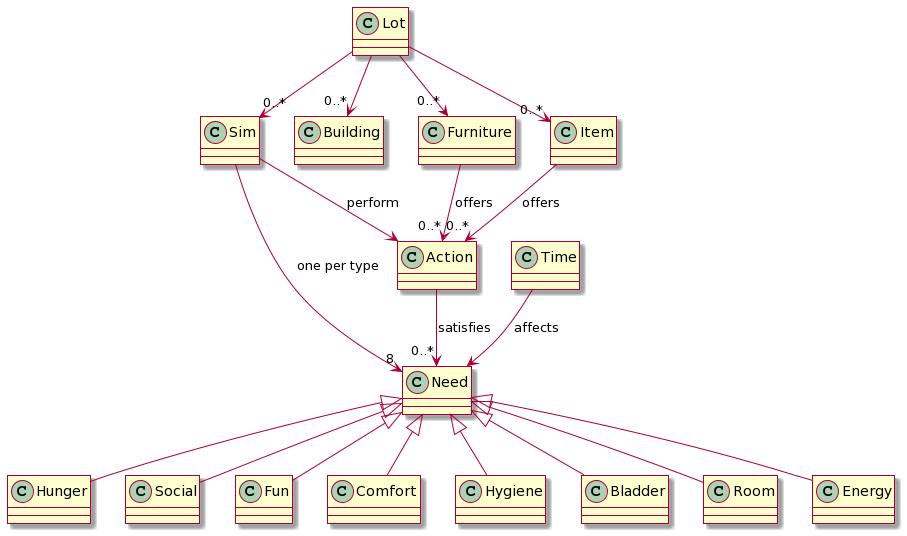
The PlantUML diagram Docs/Domain.png in Xiphereal/TheSims, before a commit.
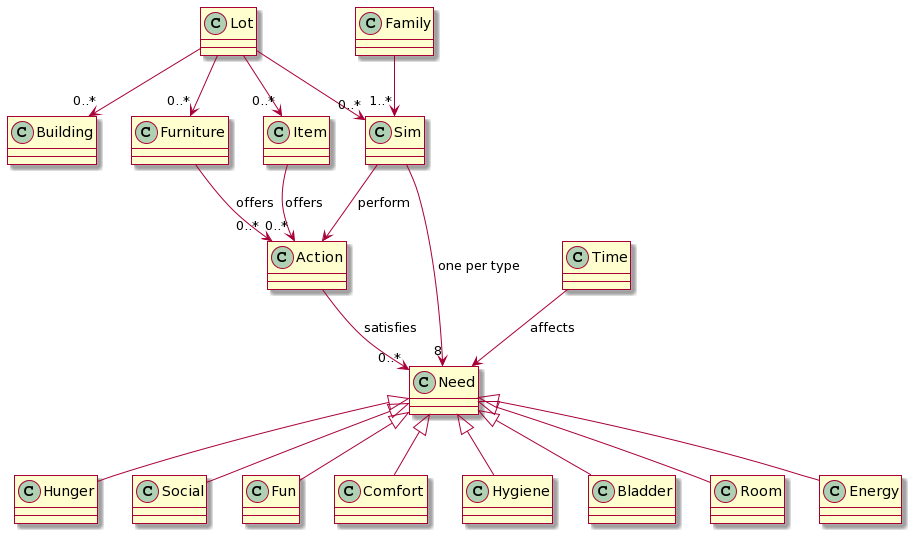
The same diagram one commit later.

Commit message:
docs(domain): add the Family concept

The edit, as a diff of the source:
```diff
@@ -18,7 +18,9 @@
 Lot --> "0..*" Sim
 Lot --> "0..*" Building
 Lot --> "0..*" Furniture
-Lot -->"0..*" Item
+Lot --> "0..*" Item
+
+Family --> "1..*" Sim
 
 Furniture --> "0..*" Action : offers
 Item --> "0..*" Action : offers
```
